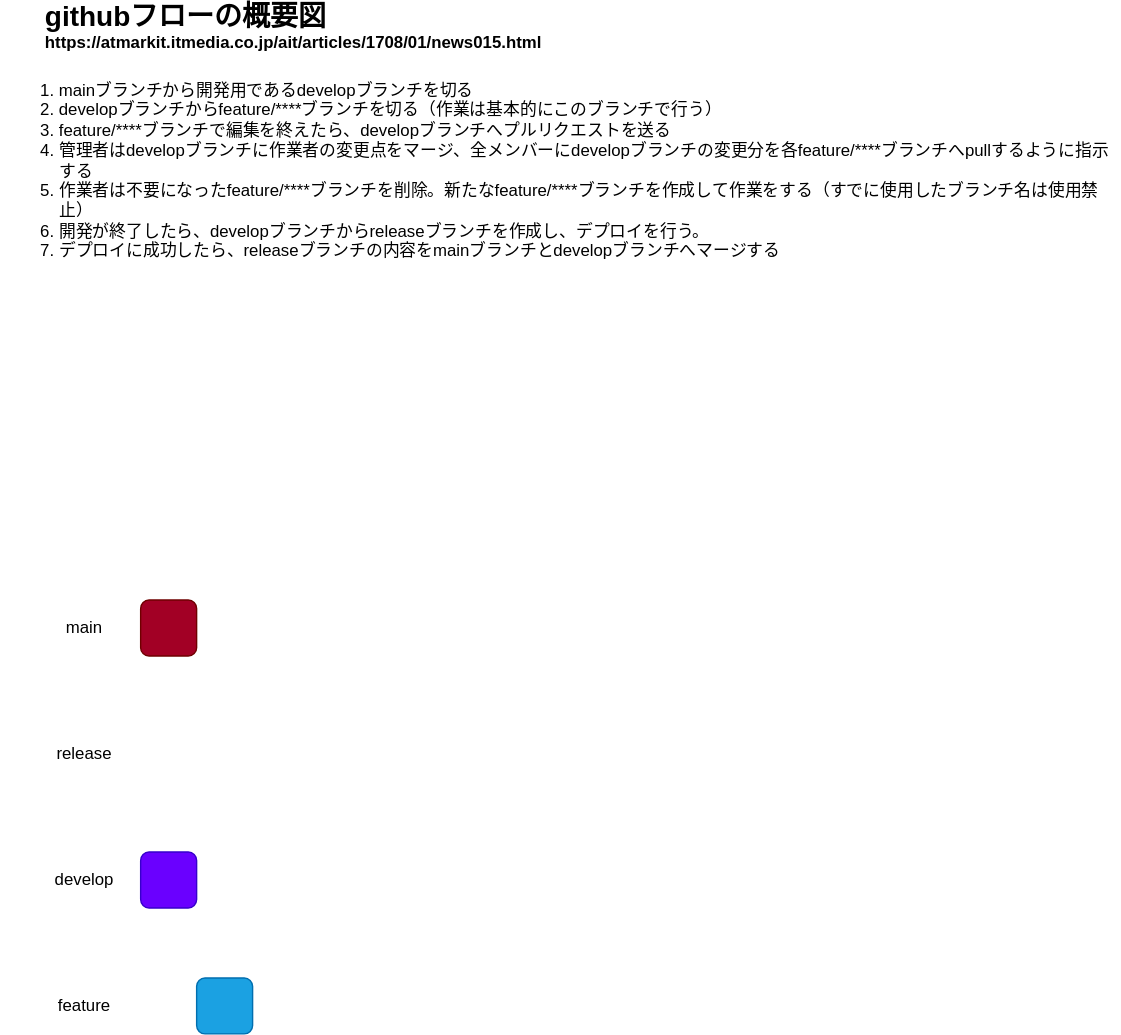
Before: github_flow_image.drawio.svg, a diagram exported from draw.io (yosnak13/rubyemon_entity_relationship_diagram). Source tidied: cells renumbered, new cells last; positions are measured from the earlier drawing's top-left corner, leaving out a move shared by most shapes.
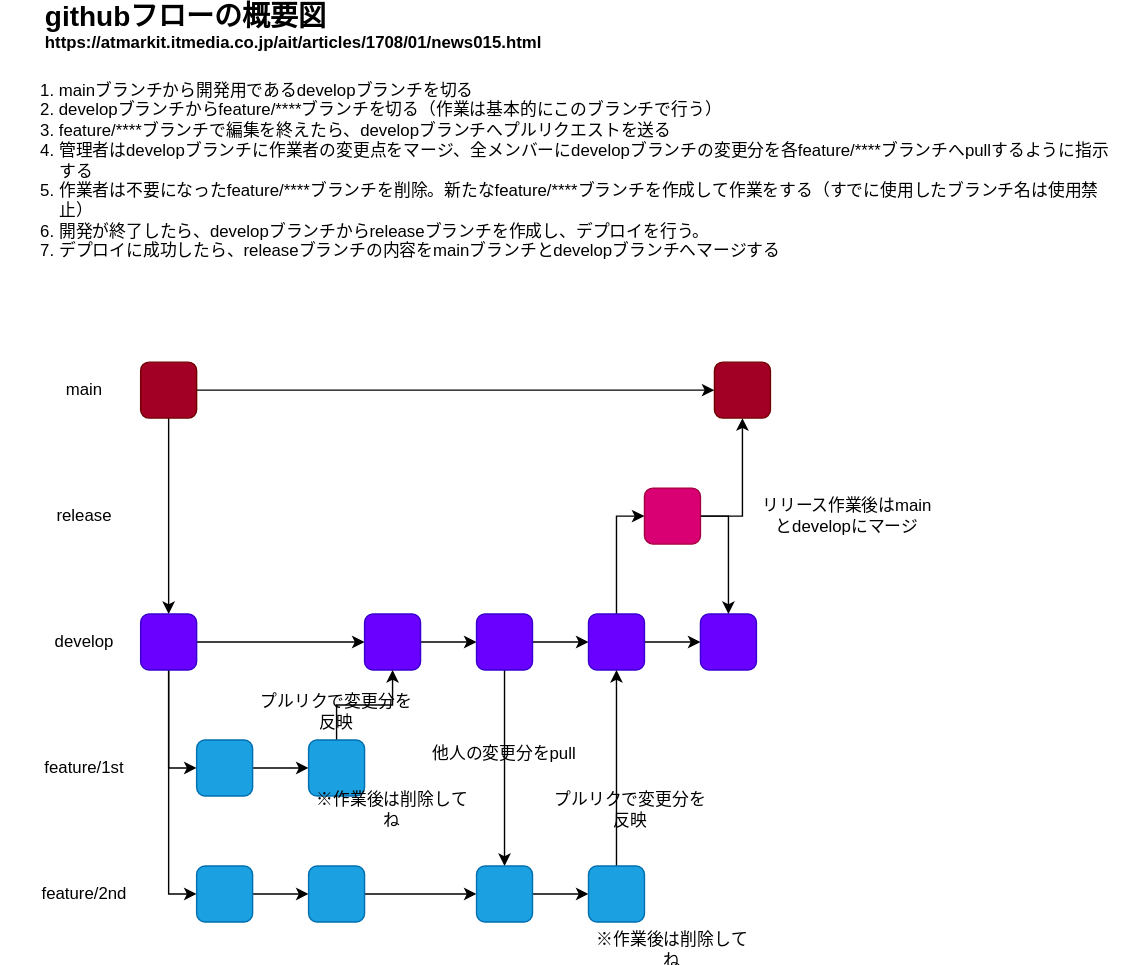
After the change.

Commit message:
github flow Ver1.0

The edit, as a diff of the source:
```diff
@@ -3,8 +3,14 @@
     <mxCell id="0" />
     <mxCell id="1" parent="0" />
     <mxCell id="2" value="&lt;font style=&quot;font-size: 20px&quot;&gt;githubフローの概要図&lt;/font&gt;&lt;br&gt;https://atmarkit.itmedia.co.jp/ait/articles/1708/01/news015.html" style="text;html=1;strokeColor=none;fillColor=none;align=left;verticalAlign=middle;whiteSpace=wrap;rounded=0;fontStyle=1;" parent="1" vertex="1">
-      <mxGeometry x="30" width="200" height="20" as="geometry" />
+      <mxGeometry x="30" y="170" width="200" height="20" as="geometry" />
     </mxCell>
+    <mxCell id="11" style="edgeStyle=orthogonalEdgeStyle;rounded=0;jettySize=auto;html=1;" parent="1" edge="1" source="3" target="8">
+      <mxGeometry relative="1" as="geometry" />
+    </mxCell>
+    <mxCell id="12" style="edgeStyle=orthogonalEdgeStyle;rounded=0;jettySize=auto;html=1;entryX=0;entryY=0.5;entryDx=0;entryDy=0;" parent="1" edge="1" source="3" target="22">
+      <mxGeometry relative="1" as="geometry" />
+    </mxCell>
     <mxCell id="3" style="rounded=1;whiteSpace=wrap;html=1;align=left;fillColor=#a20025;strokeColor=#6F0000;fontColor=#ffffff;" parent="1" vertex="1">
       <mxGeometry x="100" y="420" width="40" height="40" as="geometry" />
     </mxCell>
@@ -18,16 +24,129 @@
       <mxGeometry x="40" y="520" width="40" height="20" as="geometry" />
     </mxCell>
     <mxCell id="7" value="&lt;ol&gt;&lt;li&gt;mainブランチから開発用であるdevelopブランチを切る&lt;/li&gt;&lt;li&gt;developブランチからfeature/****ブランチを切る（作業は基本的にこのブランチで行う）&lt;/li&gt;&lt;li&gt;feature/****ブランチで編集を終えたら、developブランチへプルリクエストを送る&lt;/li&gt;&lt;li&gt;管理者はdevelopブランチに作業者の変更点をマージ、全メンバーにdevelopブランチの変更分を各feature/****ブランチへpullするように指示する&lt;/li&gt;&lt;li&gt;作業者は不要になったfeature/****ブランチを削除。新たなfeature/****ブランチを作成して作業をする（すでに使用したブランチ名は使用禁止）&lt;/li&gt;&lt;li&gt;開発が終了したら、developブランチからreleaseブランチを作成し、デプロイを行う。&lt;/li&gt;&lt;li&gt;デプロイに成功したら、releaseブランチの内容をmainブランチとdevelopブランチへマージする&lt;/li&gt;&lt;/ol&gt;" style="text;html=1;strokeColor=none;fillColor=none;align=left;verticalAlign=top;whiteSpace=wrap;rounded=0;" parent="1" vertex="1">
-      <mxGeometry y="30" width="800" height="210" as="geometry" />
+      <mxGeometry y="200" width="800" height="210" as="geometry" />
     </mxCell>
+    <mxCell id="13" style="edgeStyle=orthogonalEdgeStyle;rounded=0;jettySize=auto;html=1;entryX=0;entryY=0.5;entryDx=0;entryDy=0;" parent="1" edge="1" source="8" target="10">
+      <mxGeometry relative="1" as="geometry" />
+    </mxCell>
+    <mxCell id="14" style="edgeStyle=orthogonalEdgeStyle;rounded=0;jettySize=auto;html=1;" parent="1" edge="1" source="8" target="19">
+      <mxGeometry relative="1" as="geometry" />
+    </mxCell>
+    <mxCell id="15" style="edgeStyle=orthogonalEdgeStyle;rounded=0;jettySize=auto;html=1;entryX=0;entryY=0.5;entryDx=0;entryDy=0;" parent="1" edge="1" source="8" target="33">
+      <mxGeometry relative="1" as="geometry" />
+    </mxCell>
     <mxCell id="8" style="rounded=1;whiteSpace=wrap;html=1;align=left;fillColor=#6a00ff;strokeColor=#3700CC;fontColor=#ffffff;" parent="1" vertex="1">
       <mxGeometry x="100" y="600" width="40" height="40" as="geometry" />
     </mxCell>
-    <mxCell id="9" value="feature" style="text;html=1;strokeColor=none;fillColor=none;align=center;verticalAlign=middle;whiteSpace=wrap;rounded=0;" parent="1" vertex="1">
+    <mxCell id="9" value="feature/1st" style="text;html=1;strokeColor=none;fillColor=none;align=center;verticalAlign=middle;whiteSpace=wrap;rounded=0;" parent="1" vertex="1">
       <mxGeometry x="40" y="700" width="40" height="20" as="geometry" />
     </mxCell>
+    <mxCell id="16" style="edgeStyle=orthogonalEdgeStyle;rounded=0;jettySize=auto;html=1;" parent="1" edge="1" source="10" target="21">
+      <mxGeometry relative="1" as="geometry" />
+    </mxCell>
+    <mxCell id="17" style="edgeStyle=orthogonalEdgeStyle;rounded=0;jettySize=auto;html=1;entryX=0;entryY=0.5;entryDx=0;entryDy=0;" parent="1" edge="1" source="10">
+      <mxGeometry relative="1" as="geometry" />
+    </mxCell>
     <mxCell id="10" style="rounded=1;whiteSpace=wrap;html=1;align=left;fillColor=#1ba1e2;strokeColor=#006EAF;fontColor=#ffffff;" parent="1" vertex="1">
       <mxGeometry x="140" y="690" width="40" height="40" as="geometry" />
     </mxCell>
+    <mxCell id="18" style="edgeStyle=orthogonalEdgeStyle;rounded=0;jettySize=auto;html=1;" parent="1" edge="1" source="19" target="28">
+      <mxGeometry relative="1" as="geometry" />
+    </mxCell>
+    <mxCell id="19" style="rounded=1;whiteSpace=wrap;html=1;align=left;fillColor=#6a00ff;strokeColor=#3700CC;fontColor=#ffffff;" parent="1" vertex="1">
+      <mxGeometry x="260" y="600" width="40" height="40" as="geometry" />
+    </mxCell>
+    <mxCell id="20" style="edgeStyle=orthogonalEdgeStyle;rounded=0;jettySize=auto;html=1;entryX=0.5;entryY=1;entryDx=0;entryDy=0;" parent="1" edge="1" source="21" target="19">
+      <mxGeometry relative="1" as="geometry" />
+    </mxCell>
+    <mxCell id="21" style="rounded=1;whiteSpace=wrap;html=1;align=left;fillColor=#1ba1e2;strokeColor=#006EAF;fontColor=#ffffff;" parent="1" vertex="1">
+      <mxGeometry x="220" y="690" width="40" height="40" as="geometry" />
+    </mxCell>
+    <mxCell id="22" style="rounded=1;whiteSpace=wrap;html=1;align=left;fillColor=#a20025;strokeColor=#6F0000;fontColor=#ffffff;" parent="1" vertex="1">
+      <mxGeometry x="510" y="420" width="40" height="40" as="geometry" />
+    </mxCell>
+    <mxCell id="23" style="edgeStyle=orthogonalEdgeStyle;rounded=0;jettySize=auto;html=1;entryX=0.5;entryY=1;entryDx=0;entryDy=0;" parent="1" edge="1" source="25" target="22">
+      <mxGeometry relative="1" as="geometry" />
+    </mxCell>
+    <mxCell id="24" style="edgeStyle=orthogonalEdgeStyle;rounded=0;jettySize=auto;html=1;entryX=0.5;entryY=0;entryDx=0;entryDy=0;" parent="1" edge="1" source="25" target="41">
+      <mxGeometry relative="1" as="geometry">
+        <Array as="points">
+          <mxPoint x="520" y="530" />
+        </Array>
+      </mxGeometry>
+    </mxCell>
+    <mxCell id="25" style="rounded=1;whiteSpace=wrap;html=1;align=left;fillColor=#d80073;strokeColor=#A50040;fontColor=#ffffff;" parent="1" vertex="1">
+      <mxGeometry x="460" y="510" width="40" height="40" as="geometry" />
+    </mxCell>
+    <mxCell id="26" style="edgeStyle=orthogonalEdgeStyle;rounded=0;jettySize=auto;html=1;entryX=0.5;entryY=0;entryDx=0;entryDy=0;" parent="1" edge="1" source="28" target="37">
+      <mxGeometry relative="1" as="geometry" />
+    </mxCell>
+    <mxCell id="27" style="edgeStyle=orthogonalEdgeStyle;rounded=0;jettySize=auto;html=1;" parent="1" edge="1" source="28" target="31">
+      <mxGeometry relative="1" as="geometry" />
+    </mxCell>
+    <mxCell id="28" style="rounded=1;whiteSpace=wrap;html=1;align=left;fillColor=#6a00ff;strokeColor=#3700CC;fontColor=#ffffff;" parent="1" vertex="1">
+      <mxGeometry x="340" y="600" width="40" height="40" as="geometry" />
+    </mxCell>
+    <mxCell id="29" style="edgeStyle=orthogonalEdgeStyle;rounded=0;jettySize=auto;html=1;entryX=0;entryY=0.5;entryDx=0;entryDy=0;" parent="1" edge="1" source="31" target="25">
+      <mxGeometry relative="1" as="geometry">
+        <Array as="points">
+          <mxPoint x="440" y="530" />
+        </Array>
+      </mxGeometry>
+    </mxCell>
+    <mxCell id="30" style="edgeStyle=orthogonalEdgeStyle;rounded=0;jettySize=auto;html=1;" parent="1" edge="1" source="31" target="41">
+      <mxGeometry relative="1" as="geometry" />
+    </mxCell>
+    <mxCell id="31" style="rounded=1;whiteSpace=wrap;html=1;align=left;fillColor=#6a00ff;strokeColor=#3700CC;fontColor=#ffffff;" parent="1" vertex="1">
+      <mxGeometry x="420" y="600" width="40" height="40" as="geometry" />
+    </mxCell>
+    <mxCell id="32" style="edgeStyle=orthogonalEdgeStyle;rounded=0;jettySize=auto;html=1;" parent="1" edge="1" source="33" target="35">
+      <mxGeometry relative="1" as="geometry" />
+    </mxCell>
+    <mxCell id="33" style="rounded=1;whiteSpace=wrap;html=1;align=left;fillColor=#1ba1e2;strokeColor=#006EAF;fontColor=#ffffff;" parent="1" vertex="1">
+      <mxGeometry x="140" y="780" width="40" height="40" as="geometry" />
+    </mxCell>
+    <mxCell id="34" style="edgeStyle=orthogonalEdgeStyle;rounded=0;jettySize=auto;html=1;entryX=0;entryY=0.5;entryDx=0;entryDy=0;" parent="1" edge="1" source="35" target="37">
+      <mxGeometry relative="1" as="geometry" />
+    </mxCell>
+    <mxCell id="35" style="rounded=1;whiteSpace=wrap;html=1;align=left;fillColor=#1ba1e2;strokeColor=#006EAF;fontColor=#ffffff;" parent="1" vertex="1">
+      <mxGeometry x="220" y="780" width="40" height="40" as="geometry" />
+    </mxCell>
+    <mxCell id="36" style="edgeStyle=orthogonalEdgeStyle;rounded=0;jettySize=auto;html=1;" parent="1" edge="1" source="37" target="39">
+      <mxGeometry relative="1" as="geometry" />
+    </mxCell>
+    <mxCell id="37" style="rounded=1;whiteSpace=wrap;html=1;align=left;fillColor=#1ba1e2;strokeColor=#006EAF;fontColor=#ffffff;" parent="1" vertex="1">
+      <mxGeometry x="340" y="780" width="40" height="40" as="geometry" />
+    </mxCell>
+    <mxCell id="38" style="edgeStyle=orthogonalEdgeStyle;rounded=0;jettySize=auto;html=1;" parent="1" edge="1" source="39" target="31">
+      <mxGeometry relative="1" as="geometry" />
+    </mxCell>
+    <mxCell id="39" style="rounded=1;whiteSpace=wrap;html=1;align=left;fillColor=#1ba1e2;strokeColor=#006EAF;fontColor=#ffffff;" parent="1" vertex="1">
+      <mxGeometry x="420" y="780" width="40" height="40" as="geometry" />
+    </mxCell>
+    <mxCell id="40" value="feature/2nd" style="text;html=1;strokeColor=none;fillColor=none;align=center;verticalAlign=middle;whiteSpace=wrap;rounded=0;" parent="1" vertex="1">
+      <mxGeometry x="40" y="790" width="40" height="20" as="geometry" />
+    </mxCell>
+    <mxCell id="41" style="rounded=1;whiteSpace=wrap;html=1;align=left;fillColor=#6a00ff;strokeColor=#3700CC;fontColor=#ffffff;" parent="1" vertex="1">
+      <mxGeometry x="500" y="600" width="40" height="40" as="geometry" />
+    </mxCell>
+    <mxCell id="42" value="※作業後は削除してね" style="text;html=1;strokeColor=none;fillColor=none;align=center;verticalAlign=middle;whiteSpace=wrap;rounded=0;" parent="1" vertex="1">
+      <mxGeometry x="220" y="730" width="120" height="20" as="geometry" />
+    </mxCell>
+    <mxCell id="43" value="※作業後は削除してね" style="text;html=1;strokeColor=none;fillColor=none;align=center;verticalAlign=middle;whiteSpace=wrap;rounded=0;" parent="1" vertex="1">
+      <mxGeometry x="420" y="830" width="120" height="20" as="geometry" />
+    </mxCell>
+    <mxCell id="44" value="リリース作業後はmainとdevelopにマージ" style="text;html=1;strokeColor=none;fillColor=none;align=center;verticalAlign=middle;whiteSpace=wrap;rounded=0;" parent="1" vertex="1">
+      <mxGeometry x="540" y="520" width="130" height="20" as="geometry" />
+    </mxCell>
+    <mxCell id="45" value="他人の変更分をpull" style="text;html=1;strokeColor=none;fillColor=none;align=center;verticalAlign=middle;whiteSpace=wrap;rounded=0;" parent="1" vertex="1">
+      <mxGeometry x="300" y="690" width="120" height="20" as="geometry" />
+    </mxCell>
+    <mxCell id="46" value="プルリクで変更分を反映" style="text;html=1;strokeColor=none;fillColor=none;align=center;verticalAlign=middle;whiteSpace=wrap;rounded=0;" parent="1" vertex="1">
+      <mxGeometry x="390" y="730" width="120" height="20" as="geometry" />
+    </mxCell>
+    <mxCell id="47" value="プルリクで変更分を反映" style="text;html=1;strokeColor=none;fillColor=none;align=center;verticalAlign=middle;whiteSpace=wrap;rounded=0;" parent="1" vertex="1">
+      <mxGeometry x="180" y="660" width="120" height="20" as="geometry" />
+    </mxCell>
   </root>
 </mxGraphModel>
```
